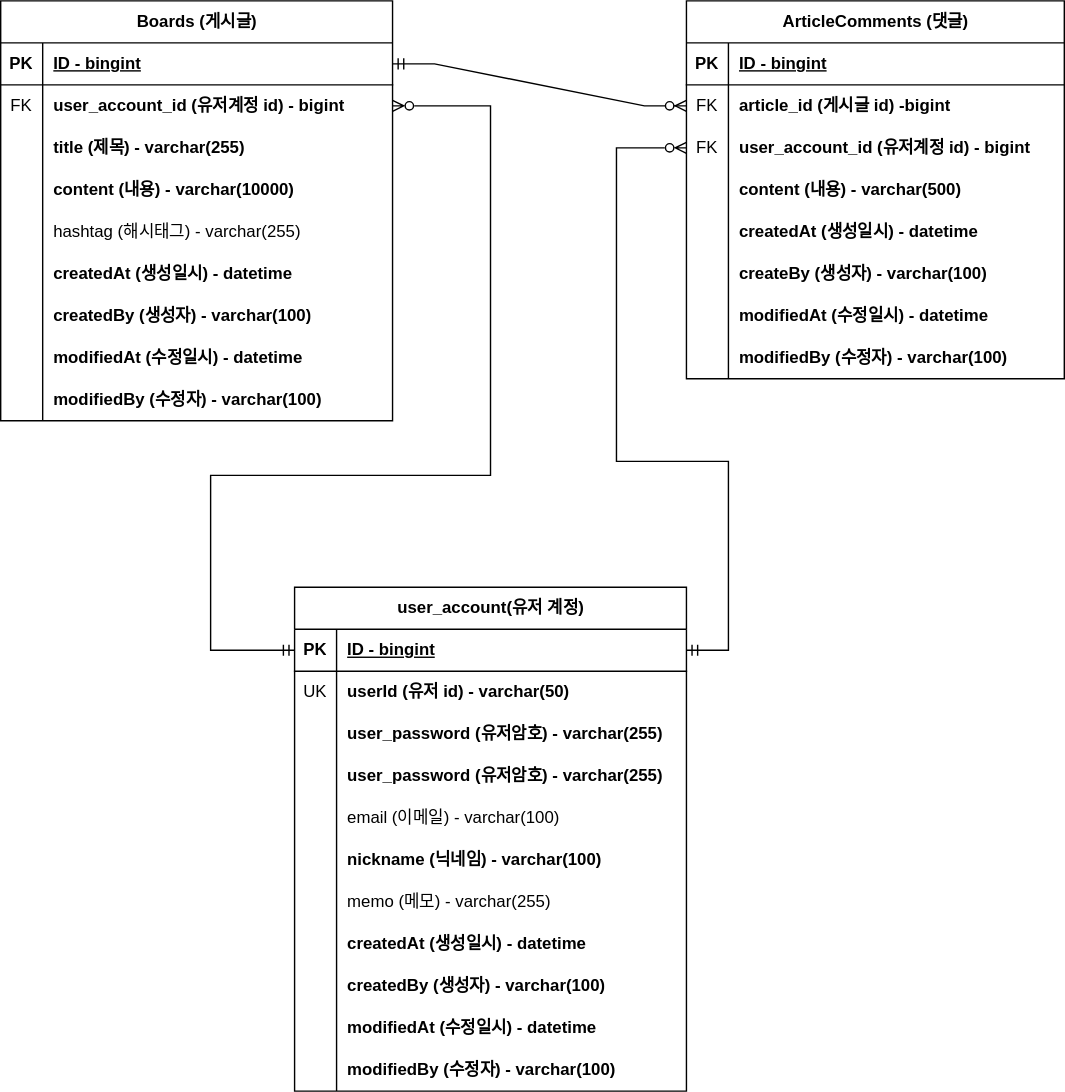
The draw.io diagram document/board-domain-erd.svg in H-24/project-board, before a commit. Source tidied: cells renumbered, new cells last; positions are measured from the earlier drawing's top-left corner, leaving out a move shared by most shapes.
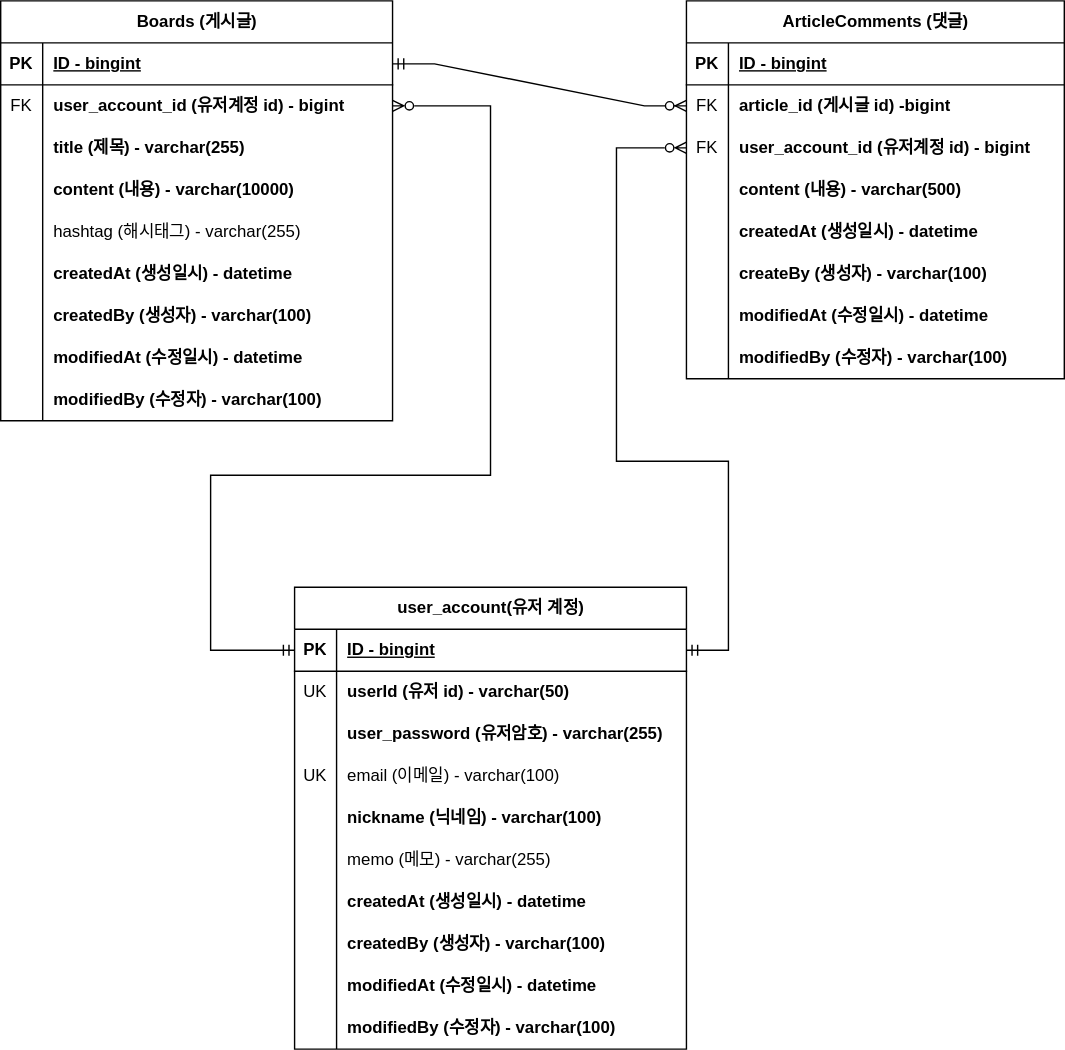
The same file after the commit.

Commit message:
erd 업데이트: 회원계정의 이메일에 유니크 키 추가

What changed in the source:
```diff
@@ -165,7 +165,7 @@
       <mxGeometry relative="1" as="geometry" />
     </mxCell>
     <mxCell id="56" value="user_account(유저 계정)" style="shape=table;startSize=30;rowLines=0;fontStyle=1;align=center;html=1;" parent="1" vertex="1">
-      <mxGeometry x="210" y="419" width="280" height="360" as="geometry" />
+      <mxGeometry x="210" y="419" width="280" height="330" as="geometry" />
     </mxCell>
     <mxCell id="57" style="shape=tableRow;horizontal=0;startSize=0;swimlaneHead=0;swimlaneBody=0;fillColor=none;points=[[0,0.5],[1,0.5]];portConstraint=eastwest;top=0;left=0;right=0;bottom=1;" parent="56" vertex="1">
       <mxGeometry y="30" width="280" height="30" as="geometry" />
@@ -194,26 +194,17 @@
     <mxCell id="65" value="&lt;b&gt;user_password (유저암호) - varchar(255)&lt;/b&gt;" style="shape=partialRectangle;fillColor=none;top=0;left=0;bottom=0;right=0;align=left;spacingLeft=6;overflow=hidden;whiteSpace=wrap;html=1;" parent="63" vertex="1">
       <mxGeometry x="30" width="250" height="30" as="geometry" />
     </mxCell>
-    <mxCell id="66" style="shape=tableRow;horizontal=0;startSize=0;swimlaneHead=0;swimlaneBody=0;fillColor=none;top=0;left=0;right=0;bottom=0;" parent="56" vertex="1">
-      <mxGeometry y="120" width="280" height="30" as="geometry" />
-    </mxCell>
-    <mxCell id="67" style="shape=partialRectangle;fillColor=none;top=0;left=0;bottom=0;right=0;overflow=hidden;whiteSpace=wrap;html=1;" parent="66" vertex="1">
-      <mxGeometry width="30" height="30" as="geometry" />
-    </mxCell>
-    <mxCell id="68" value="&lt;b&gt;user_password (유저암호) - varchar(255)&lt;/b&gt;" style="shape=partialRectangle;fillColor=none;top=0;left=0;bottom=0;right=0;align=left;spacingLeft=6;overflow=hidden;whiteSpace=wrap;html=1;" parent="66" vertex="1">
-      <mxGeometry x="30" width="250" height="30" as="geometry" />
-    </mxCell>
     <mxCell id="69" style="shape=tableRow;horizontal=0;startSize=0;swimlaneHead=0;swimlaneBody=0;fillColor=none;top=0;left=0;right=0;bottom=0;" parent="56" vertex="1">
-      <mxGeometry y="150" width="280" height="30" as="geometry" />
+      <mxGeometry y="120" width="280" height="30" as="geometry" />
     </mxCell>
-    <mxCell id="70" style="shape=partialRectangle;fillColor=none;top=0;left=0;bottom=0;right=0;overflow=hidden;whiteSpace=wrap;html=1;" parent="69" vertex="1">
+    <mxCell id="70" value="UK" style="shape=partialRectangle;fillColor=none;top=0;left=0;bottom=0;right=0;overflow=hidden;whiteSpace=wrap;html=1;" parent="69" vertex="1">
       <mxGeometry width="30" height="30" as="geometry" />
     </mxCell>
     <mxCell id="71" value="email (이메일) - varchar(100)" style="shape=partialRectangle;fillColor=none;top=0;left=0;bottom=0;right=0;align=left;spacingLeft=6;overflow=hidden;whiteSpace=wrap;html=1;" parent="69" vertex="1">
       <mxGeometry x="30" width="250" height="30" as="geometry" />
     </mxCell>
     <mxCell id="72" style="shape=tableRow;horizontal=0;startSize=0;swimlaneHead=0;swimlaneBody=0;fillColor=none;top=0;left=0;right=0;bottom=0;fontStyle=1;" parent="56" vertex="1">
-      <mxGeometry y="180" width="280" height="30" as="geometry" />
+      <mxGeometry y="150" width="280" height="30" as="geometry" />
     </mxCell>
     <mxCell id="73" style="shape=partialRectangle;fillColor=none;top=0;left=0;bottom=0;right=0;overflow=hidden;whiteSpace=wrap;html=1;" parent="72" vertex="1">
       <mxGeometry width="30" height="30" as="geometry" />
@@ -222,7 +213,7 @@
       <mxGeometry x="30" width="250" height="30" as="geometry" />
     </mxCell>
     <mxCell id="75" style="shape=tableRow;horizontal=0;startSize=0;swimlaneHead=0;swimlaneBody=0;fillColor=none;top=0;left=0;right=0;bottom=0;fontStyle=1;" parent="56" vertex="1">
-      <mxGeometry y="210" width="280" height="30" as="geometry" />
+      <mxGeometry y="180" width="280" height="30" as="geometry" />
     </mxCell>
     <mxCell id="76" style="shape=partialRectangle;fillColor=none;top=0;left=0;bottom=0;right=0;overflow=hidden;whiteSpace=wrap;html=1;" parent="75" vertex="1">
       <mxGeometry width="30" height="30" as="geometry" />
@@ -231,7 +222,7 @@
       <mxGeometry x="30" width="250" height="30" as="geometry" />
     </mxCell>
     <mxCell id="78" style="shape=tableRow;horizontal=0;startSize=0;swimlaneHead=0;swimlaneBody=0;fillColor=none;top=0;left=0;right=0;bottom=0;" parent="56" vertex="1">
-      <mxGeometry y="240" width="280" height="30" as="geometry" />
+      <mxGeometry y="210" width="280" height="30" as="geometry" />
     </mxCell>
     <mxCell id="79" style="shape=partialRectangle;fillColor=none;top=0;left=0;bottom=0;right=0;overflow=hidden;whiteSpace=wrap;html=1;" parent="78" vertex="1">
       <mxGeometry width="30" height="30" as="geometry" />
@@ -240,7 +231,7 @@
       <mxGeometry x="30" width="250" height="30" as="geometry" />
     </mxCell>
     <mxCell id="81" style="shape=tableRow;horizontal=0;startSize=0;swimlaneHead=0;swimlaneBody=0;fillColor=none;top=0;left=0;right=0;bottom=0;" parent="56" vertex="1">
-      <mxGeometry y="270" width="280" height="30" as="geometry" />
+      <mxGeometry y="240" width="280" height="30" as="geometry" />
     </mxCell>
     <mxCell id="82" style="shape=partialRectangle;fillColor=none;top=0;left=0;bottom=0;right=0;overflow=hidden;whiteSpace=wrap;html=1;" parent="81" vertex="1">
       <mxGeometry width="30" height="30" as="geometry" />
@@ -249,7 +240,7 @@
       <mxGeometry x="30" width="250" height="30" as="geometry" />
     </mxCell>
     <mxCell id="84" style="shape=tableRow;horizontal=0;startSize=0;swimlaneHead=0;swimlaneBody=0;fillColor=none;top=0;left=0;right=0;bottom=0;" parent="56" vertex="1">
-      <mxGeometry y="300" width="280" height="30" as="geometry" />
+      <mxGeometry y="270" width="280" height="30" as="geometry" />
     </mxCell>
     <mxCell id="85" style="shape=partialRectangle;fillColor=none;top=0;left=0;bottom=0;right=0;overflow=hidden;whiteSpace=wrap;html=1;" parent="84" vertex="1">
       <mxGeometry width="30" height="30" as="geometry" />
@@ -258,7 +249,7 @@
       <mxGeometry x="30" width="250" height="30" as="geometry" />
     </mxCell>
     <mxCell id="87" style="shape=tableRow;horizontal=0;startSize=0;swimlaneHead=0;swimlaneBody=0;fillColor=none;top=0;left=0;right=0;bottom=0;" parent="56" vertex="1">
-      <mxGeometry y="330" width="280" height="30" as="geometry" />
+      <mxGeometry y="300" width="280" height="30" as="geometry" />
     </mxCell>
     <mxCell id="88" style="shape=partialRectangle;fillColor=none;top=0;left=0;bottom=0;right=0;overflow=hidden;whiteSpace=wrap;html=1;" parent="87" vertex="1">
       <mxGeometry width="30" height="30" as="geometry" />
```
